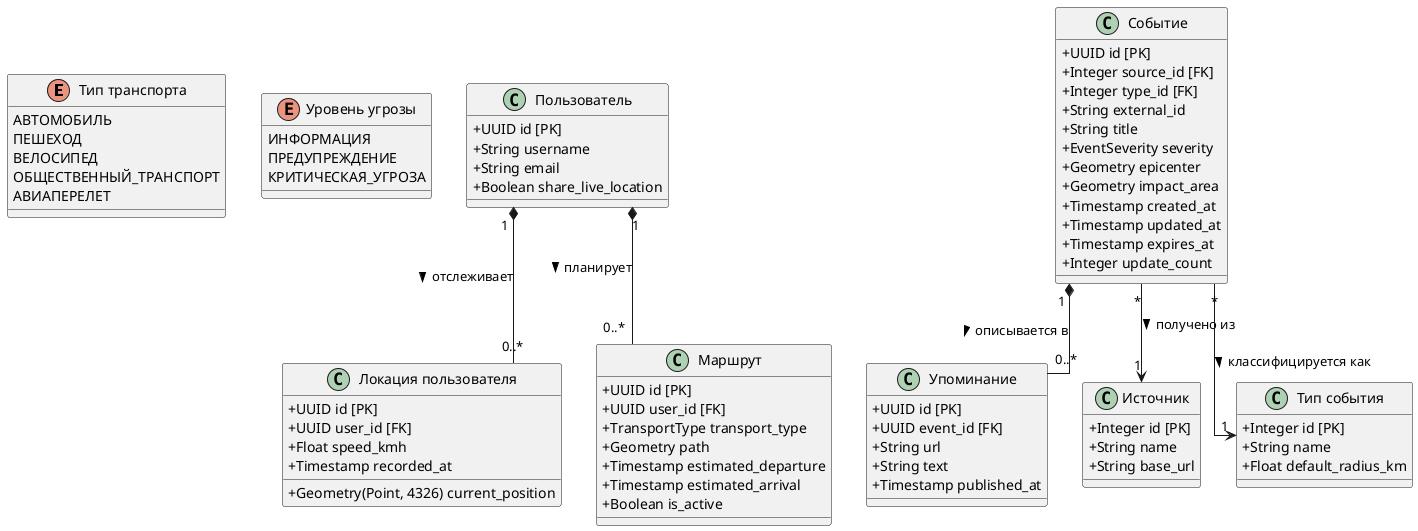
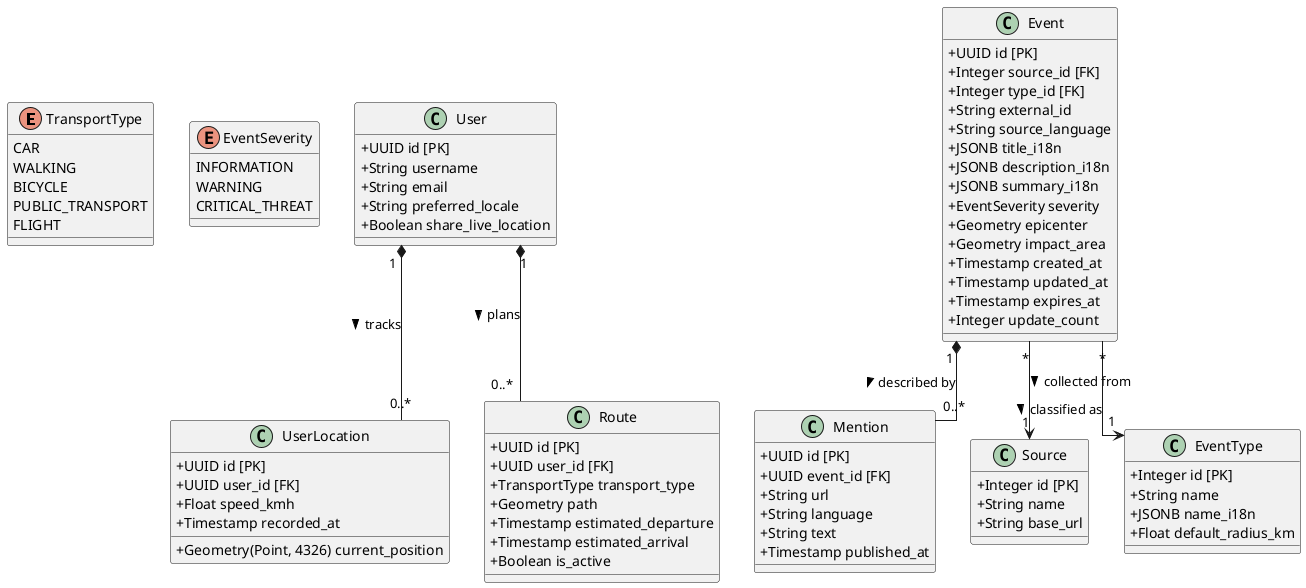
@startuml class_diagramm
skinparam classAttributeIconSize 0
skinparam linetype ortho
- ' linetype ortho делает линии прямыми, под прямым углом — идеально для схем БД

- enum "Тип транспорта" as TransportType {
-   АВТОМОБИЛЬ
-   ПЕШЕХОД
-   ВЕЛОСИПЕД
-   ОБЩЕСТВЕННЫЙ_ТРАНСПОРТ
-   АВИАПЕРЕЛЕТ
+ enum "TransportType" as TransportType {
+   CAR
+   WALKING
+   BICYCLE
+   PUBLIC_TRANSPORT
+   FLIGHT
}

- enum "Уровень угрозы" as EventSeverity {
-   ИНФОРМАЦИЯ
-   ПРЕДУПРЕЖДЕНИЕ
-   КРИТИЧЕСКАЯ_УГРОЗА
+ enum "EventSeverity" as EventSeverity {
+   INFORMATION
+   WARNING
+   CRITICAL_THREAT
}

- class "Пользователь" as User {
+ class "User" as User {
  + UUID id [PK]
  + String username
  + String email
+   + String preferred_locale
  + Boolean share_live_location
}

- class "Локация пользователя" as UserLocation {
+ class "UserLocation" as UserLocation {
  + UUID id [PK]
  + UUID user_id [FK]
  + Geometry(Point, 4326) current_position
  + Float speed_kmh
  + Timestamp recorded_at
}

- class "Маршрут" as Route {
+ class "Route" as Route {
  + UUID id [PK]
  + UUID user_id [FK]
  + TransportType transport_type
  + Geometry path
  + Timestamp estimated_departure
  + Timestamp estimated_arrival
  + Boolean is_active
}

- class "Событие" as Event {
+ class "Event" as Event {
  + UUID id [PK]
  + Integer source_id [FK]
  + Integer type_id [FK]
  + String external_id
-   + String title
+   + String source_language
+   + JSONB title_i18n
+   + JSONB description_i18n
+   + JSONB summary_i18n
  + EventSeverity severity
  + Geometry epicenter
  + Geometry impact_area
  + Timestamp created_at
  + Timestamp updated_at
  + Timestamp expires_at
  + Integer update_count
}

- class "Упоминание" as Mention {
+ class "Mention" as Mention {
  + UUID id [PK]
  + UUID event_id [FK]
  + String url
+   + String language
  + String text
  + Timestamp published_at
}

- class "Источник" as Source {
+ class "Source" as Source {
  + Integer id [PK]
  + String name
  + String base_url
}

- class "Тип события" as EventType {
+ class "EventType" as EventType {
  + Integer id [PK]
  + String name
+   + JSONB name_i18n
  + Float default_radius_km
}

- ' Связи с подписанными ролями и направлением чтения
- User "1" *-- "0..*" Route : планирует >
- User "1" *-- "0..*" UserLocation : отслеживает >
- Event "*" --> "1" Source : получено из >
- Event "*" --> "1" EventType : классифицируется как >
- Event "1" *-- "0..*" Mention : описывается в >
+ User "1" *-- "0..*" Route : plans >
+ User "1" *-- "0..*" UserLocation : tracks >
+ Event "*" --> "1" Source : collected from >
+ Event "*" --> "1" EventType : classified as >
+ Event "1" *-- "0..*" Mention : described by >

@enduml